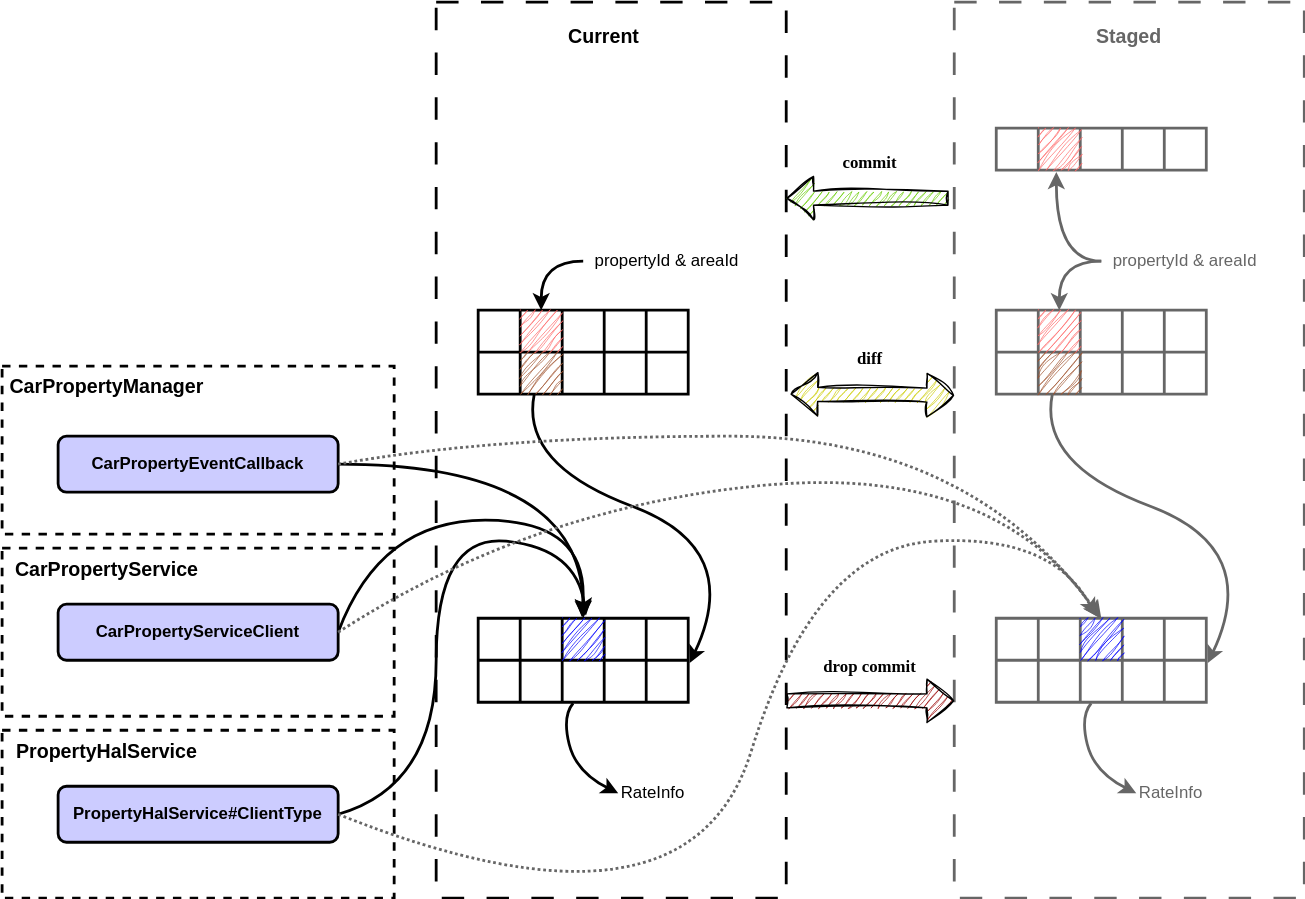
Earlier version of the draw.io export images/2025-8-1-car_property_service/subscriptionmanager.svg (braisedp/braisedp.github.io). Source tidied: cells renumbered, new cells last; positions are measured from the earlier drawing's top-left corner, leaving out a move shared by most shapes.
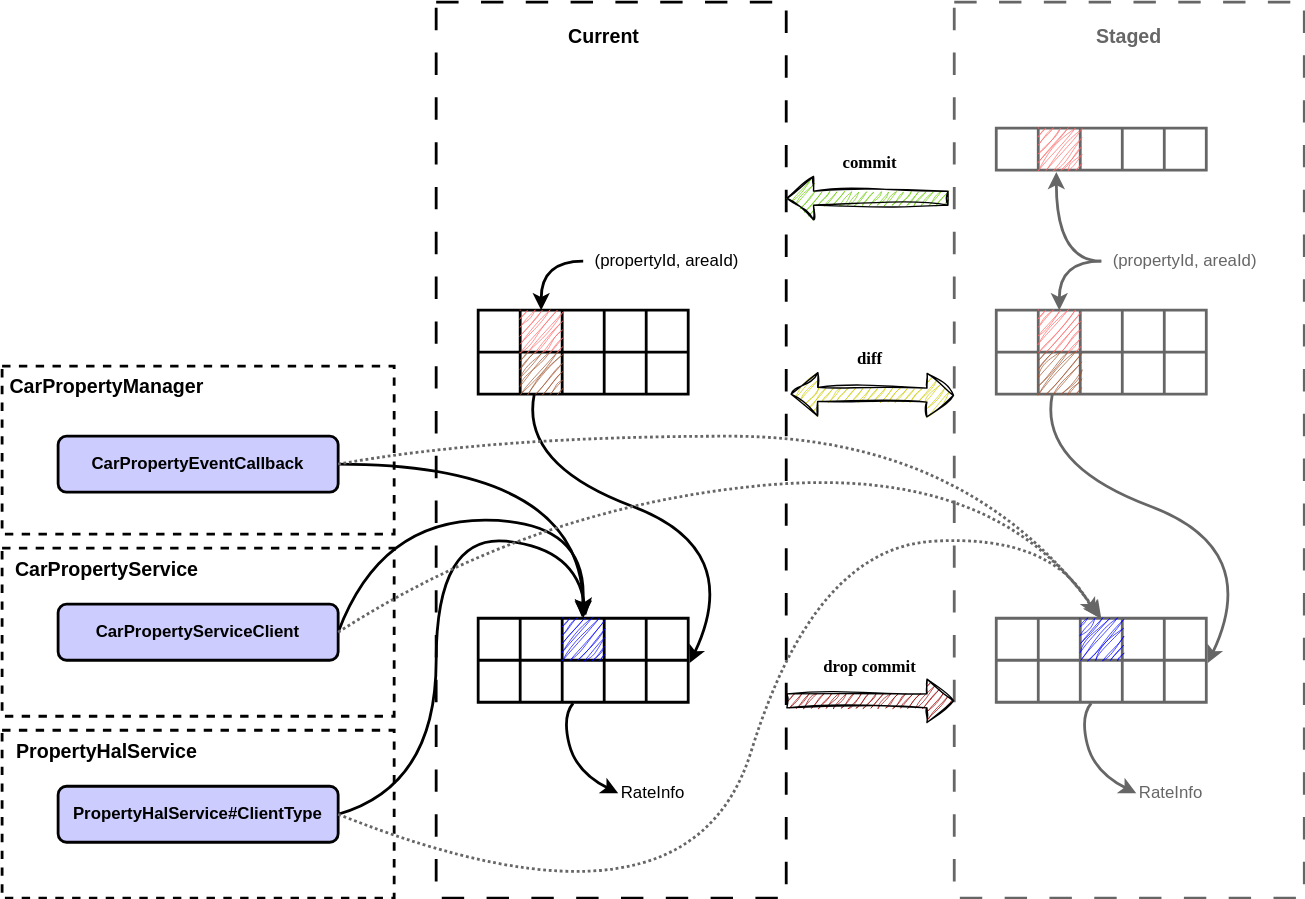
The same file after the commit.

The edit, as a diff of the source:
```diff
@@ -111,7 +111,7 @@
         </Array>
       </mxGeometry>
     </mxCell>
-    <mxCell id="35" value="propertyId &amp;amp; areaId" style="text;html=1;align=center;verticalAlign=middle;whiteSpace=wrap;rounded=0;fontSize=12;" parent="1" vertex="1">
+    <mxCell id="35" value="(propertyId, areaId)" style="text;html=1;align=center;verticalAlign=middle;whiteSpace=wrap;rounded=0;fontSize=12;" parent="1" vertex="1">
       <mxGeometry x="415" y="170" width="120" height="30" as="geometry" />
     </mxCell>
     <mxCell id="36" value="RateInfo" style="text;html=1;align=center;verticalAlign=middle;whiteSpace=wrap;rounded=0;fontSize=12;" parent="1" vertex="1">
@@ -263,7 +263,7 @@
         </Array>
       </mxGeometry>
     </mxCell>
-    <mxCell id="76" value="propertyId &amp;amp; areaId" style="text;html=1;align=center;verticalAlign=middle;whiteSpace=wrap;rounded=0;fontSize=12;strokeColor=none;fontColor=#666666;" parent="1" vertex="1">
+    <mxCell id="76" value="(propertyId, areaId)" style="text;html=1;align=center;verticalAlign=middle;whiteSpace=wrap;rounded=0;fontSize=12;strokeColor=none;fontColor=#666666;" parent="1" vertex="1">
       <mxGeometry x="785" y="170" width="120" height="30" as="geometry" />
     </mxCell>
     <mxCell id="77" value="RateInfo" style="text;html=1;align=center;verticalAlign=middle;whiteSpace=wrap;rounded=0;fontSize=12;strokeColor=none;fontColor=#666666;" parent="1" vertex="1">
```
